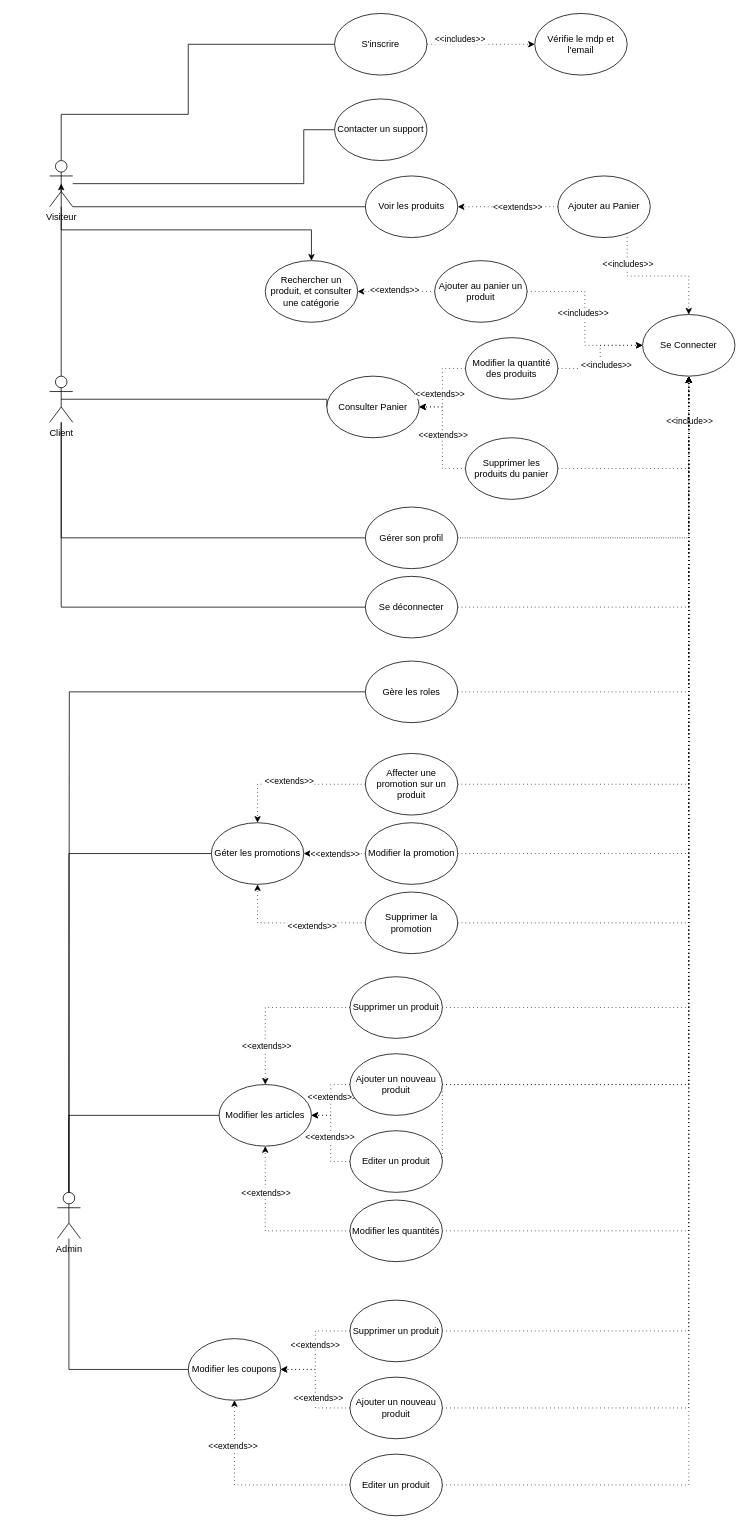
The draw.io diagram officiel/Usecasevitality2.drawio in BanggEddy/UML-MeriseVitality, before the edit. Source tidied: cells renumbered, new cells numbered last; positions are measured from the earlier drawing's top-left corner, leaving out a move shared by most shapes. Both pictures are drawn from the tidied source at 77%, with x=0, y=0 at pixel (49, 13).
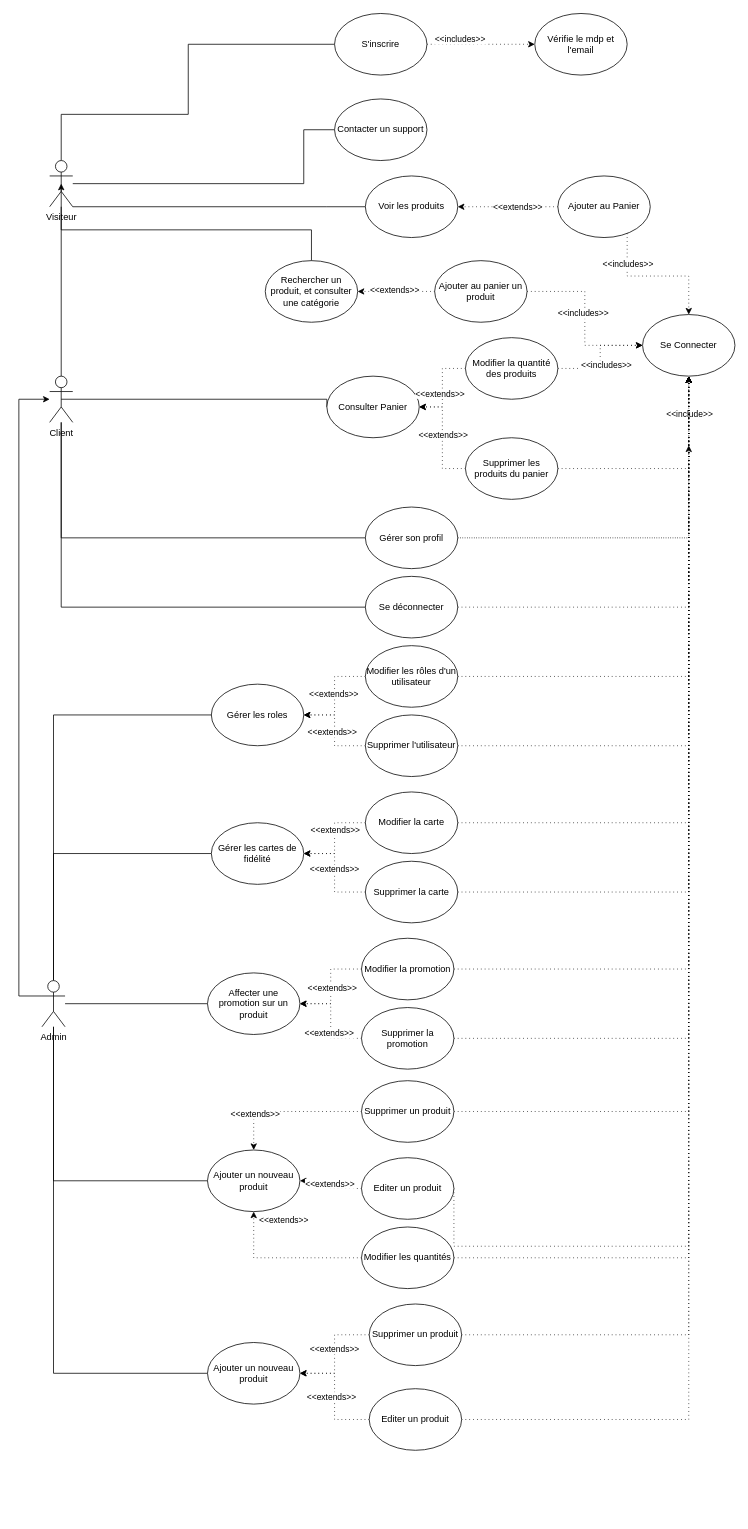
The same page after the edit.

The change refers to these unchanged cells:
```xml
<mxCell id="7" value="Visiteur&lt;div&gt;&lt;br&gt;&lt;/div&gt;" style="shape=umlActor;verticalLabelPosition=bottom;verticalAlign=top;html=1;outlineConnect=0;" parent="1" vertex="1">
  <mxGeometry y="191" width="30" height="60" as="geometry" />
</mxCell>
<mxCell id="10" value="Client&lt;div&gt;&lt;br&gt;&lt;/div&gt;" style="shape=umlActor;verticalLabelPosition=bottom;verticalAlign=top;html=1;outlineConnect=0;" parent="1" vertex="1">
  <mxGeometry y="471" width="30" height="60" as="geometry" />
</mxCell>
<mxCell id="21" value="Se Connecter" style="ellipse;whiteSpace=wrap;html=1;" parent="1" vertex="1">
  <mxGeometry x="770" y="391" width="120" height="80" as="geometry" />
</mxCell>
<mxCell id="61" style="edgeStyle=orthogonalEdgeStyle;rounded=0;jettySize=auto;html=1;dashed=1;dashPattern=1 4;" parent="1" edge="1" source="64" target="30">
  <mxGeometry relative="1" as="geometry" />
</mxCell>
<mxCell id="73" value="Rechercher un produit, et consulter une catégorie" style="ellipse;whiteSpace=wrap;html=1;" parent="1" vertex="1">
  <mxGeometry x="280" y="321" width="120" height="80" as="geometry" />
</mxCell>
```

The edit, as a diff of the source:
```diff
@@
-    <mxCell id="6" style="edgeStyle=orthogonalEdgeStyle;rounded=0;jettySize=auto;html=1;" parent="1" edge="1" source="7" target="73">
+    <mxCell id="6" style="edgeStyle=orthogonalEdgeStyle;rounded=0;jettySize=auto;html=1;endArrow=none;endFill=0;" parent="1" edge="1" source="7" target="73">
       <mxGeometry relative="1" as="geometry">
         <Array as="points">
           <mxPoint x="15" y="281" />
           <mxPoint x="340" y="281" />
         </Array>
       </mxGeometry>
     </mxCell>
@@
-    <mxCell id="15" value="&lt;div&gt;Admin&lt;/div&gt;" style="shape=umlActor;verticalLabelPosition=bottom;verticalAlign=top;html=1;outlineConnect=0;" parent="1" vertex="1">
-      <mxGeometry x="10" y="1531" width="30" height="60" as="geometry" />
-    </mxCell>
-    <mxCell id="16" style="edgeStyle=orthogonalEdgeStyle;rounded=0;jettySize=auto;html=1;dashed=1;dashPattern=1 4;exitX=1;exitY=0.5;exitDx=0;exitDy=0;" parent="1" edge="1" source="51" target="21">
+    <mxCell id="16" style="edgeStyle=orthogonalEdgeStyle;rounded=0;jettySize=auto;html=1;dashed=1;dashPattern=1 4;exitX=1;exitY=0.5;exitDx=0;exitDy=0;" parent="1" edge="1" source="51">
       <mxGeometry relative="1" as="geometry">
+        <mxPoint x="830" y="561" as="targetPoint" />
         <Array as="points">
-          <mxPoint x="830" y="1391" />
+          <mxPoint x="830" y="1601" />
         </Array>
       </mxGeometry>
     </mxCell>
     <mxCell id="17" value="&amp;lt;&amp;lt;include&amp;gt;&amp;gt;" style="edgeLabel;html=1;align=center;verticalAlign=middle;" parent="16" vertex="1">
       <mxGeometry x="-0.33" y="-1" relative="1" as="geometry">
-        <mxPoint x="-1" y="-833" as="offset" />
+        <mxPoint x="-1" y="-985" as="offset" />
       </mxGeometry>
     </mxCell>
-    <mxCell id="18" style="edgeStyle=orthogonalEdgeStyle;rounded=0;jettySize=auto;html=1;endArrow=classic;endFill=1;dashed=1;dashPattern=1 4;" parent="1" edge="1" source="20" target="48">
-      <mxGeometry relative="1" as="geometry" />
-    </mxCell>
-    <mxCell id="19" value="&amp;lt;&amp;lt;extends&amp;gt;&amp;gt;" style="edgeLabel;html=1;align=center;verticalAlign=middle;" parent="18" vertex="1">
-      <mxGeometry x="-0.09" y="1" relative="1" as="geometry" />
-    </mxCell>
-    <mxCell id="20" value="Ajouter un nouveau produit" style="ellipse;whiteSpace=wrap;html=1;" parent="1" vertex="1">
-      <mxGeometry x="390" y="1351" width="120" height="80" as="geometry" />
-    </mxCell>
@@
-    <mxCell id="30" value="Modifier les coupons" style="ellipse;whiteSpace=wrap;html=1;" parent="1" vertex="1">
-      <mxGeometry x="180" y="1721" width="120" height="80" as="geometry" />
+    <mxCell id="30" value="Ajouter un nouveau produit" style="ellipse;whiteSpace=wrap;html=1;" parent="1" vertex="1">
+      <mxGeometry x="205" y="1726" width="120" height="80" as="geometry" />
     </mxCell>
@@
-    <mxCell id="32" style="edgeStyle=orthogonalEdgeStyle;rounded=0;jettySize=auto;html=1;dashed=1;dashPattern=1 4;" parent="1" edge="1" source="33" target="21">
-      <mxGeometry relative="1" as="geometry" />
-    </mxCell>
-    <mxCell id="33" value="Gère les roles" style="ellipse;whiteSpace=wrap;html=1;" parent="1" vertex="1">
-      <mxGeometry x="410" y="841" width="120" height="80" as="geometry" />
+    <mxCell id="33" value="Gérer les roles" style="ellipse;whiteSpace=wrap;html=1;" parent="1" vertex="1">
+      <mxGeometry x="210" y="871" width="120" height="80" as="geometry" />
     </mxCell>
@@
-    <mxCell id="48" value="Modifier les articles" style="ellipse;whiteSpace=wrap;html=1;" parent="1" vertex="1">
-      <mxGeometry x="220" y="1391" width="120" height="80" as="geometry" />
+    <mxCell id="48" value="Ajouter un nouveau produit" style="ellipse;whiteSpace=wrap;html=1;" parent="1" vertex="1">
+      <mxGeometry x="205" y="1476" width="120" height="80" as="geometry" />
     </mxCell>
@@
     <mxCell id="51" value="Editer un produit" style="ellipse;whiteSpace=wrap;html=1;" parent="1" vertex="1">
-      <mxGeometry x="390" y="1451" width="120" height="80" as="geometry" />
+      <mxGeometry x="405" y="1486" width="120" height="80" as="geometry" />
     </mxCell>
-    <mxCell id="52" style="edgeStyle=orthogonalEdgeStyle;rounded=0;jettySize=auto;html=1;dashed=1;dashPattern=1 4;" parent="1" edge="1" source="20" target="21">
-      <mxGeometry relative="1" as="geometry" />
-    </mxCell>
@@
     <mxCell id="56" value="Supprimer un produit" style="ellipse;whiteSpace=wrap;html=1;" parent="1" vertex="1">
-      <mxGeometry x="390" y="1251" width="120" height="80" as="geometry" />
+      <mxGeometry x="405" y="1386" width="120" height="80" as="geometry" />
     </mxCell>
-    <mxCell id="57" style="edgeStyle=orthogonalEdgeStyle;rounded=0;jettySize=auto;html=1;dashed=1;dashPattern=1 4;" parent="1" edge="1" source="60" target="30">
-      <mxGeometry relative="1" as="geometry" />
-    </mxCell>
-    <mxCell id="58" value="&amp;lt;&amp;lt;extends&amp;gt;&amp;gt;" style="edgeLabel;html=1;align=center;verticalAlign=middle;" parent="57" vertex="1">
-      <mxGeometry x="-0.19" y="-3" relative="1" as="geometry">
-        <mxPoint y="-1" as="offset" />
-      </mxGeometry>
-    </mxCell>
-    <mxCell id="59" style="edgeStyle=orthogonalEdgeStyle;rounded=0;jettySize=auto;html=1;dashed=1;dashPattern=1 4;" parent="1" edge="1" source="60" target="21">
-      <mxGeometry relative="1" as="geometry" />
-    </mxCell>
-    <mxCell id="60" value="Ajouter un nouveau produit" style="ellipse;whiteSpace=wrap;html=1;" parent="1" vertex="1">
-      <mxGeometry x="390" y="1771" width="120" height="80" as="geometry" />
-    </mxCell>
@@
     <mxCell id="62" value="&amp;lt;&amp;lt;extends&amp;gt;&amp;gt;" style="edgeLabel;html=1;align=center;verticalAlign=middle;" parent="61" vertex="1">
       <mxGeometry x="0.54" y="3" relative="1" as="geometry">
-        <mxPoint y="-1" as="offset" />
+        <mxPoint x="6" y="27" as="offset" />
       </mxGeometry>
     </mxCell>
@@
     <mxCell id="64" value="Editer un produit" style="ellipse;whiteSpace=wrap;html=1;" parent="1" vertex="1">
-      <mxGeometry x="390" y="1871" width="120" height="80" as="geometry" />
+      <mxGeometry x="415" y="1786" width="120" height="80" as="geometry" />
     </mxCell>
@@
     <mxCell id="68" value="Supprimer un produit" style="ellipse;whiteSpace=wrap;html=1;" parent="1" vertex="1">
-      <mxGeometry x="390" y="1671" width="120" height="80" as="geometry" />
+      <mxGeometry x="415" y="1676" width="120" height="80" as="geometry" />
     </mxCell>
@@
     <mxCell id="72" value="Modifier les quantités" style="ellipse;whiteSpace=wrap;html=1;" parent="1" vertex="1">
-      <mxGeometry x="390" y="1541" width="120" height="80" as="geometry" />
+      <mxGeometry x="405" y="1576" width="120" height="80" as="geometry" />
     </mxCell>
@@
-    <mxCell id="75" value="Géter les promotions" style="ellipse;whiteSpace=wrap;html=1;" parent="1" vertex="1">
-      <mxGeometry x="210" y="1051" width="120" height="80" as="geometry" />
+    <mxCell id="75" value="Affecter une promotion sur un produit" style="ellipse;whiteSpace=wrap;html=1;" parent="1" vertex="1">
+      <mxGeometry x="205" y="1246" width="120" height="80" as="geometry" />
     </mxCell>
@@
-    <mxCell id="77" style="edgeStyle=orthogonalEdgeStyle;rounded=0;jettySize=auto;html=1;dashed=1;dashPattern=1 4;" parent="1" edge="1" source="80" target="75">
-      <mxGeometry relative="1" as="geometry" />
-    </mxCell>
-    <mxCell id="78" value="&amp;lt;&amp;lt;extends&amp;gt;&amp;gt;" style="edgeLabel;html=1;align=center;verticalAlign=middle;" parent="77" vertex="1">
-      <mxGeometry x="0.06" y="-5" relative="1" as="geometry">
-        <mxPoint x="1" as="offset" />
-      </mxGeometry>
-    </mxCell>
-    <mxCell id="79" style="edgeStyle=orthogonalEdgeStyle;rounded=0;jettySize=auto;html=1;dashed=1;dashPattern=1 4;" parent="1" edge="1" source="80" target="21">
-      <mxGeometry relative="1" as="geometry" />
-    </mxCell>
-    <mxCell id="80" value="Affecter une promotion sur un produit" style="ellipse;whiteSpace=wrap;html=1;" parent="1" vertex="1">
-      <mxGeometry x="410" y="961" width="120" height="80" as="geometry" />
-    </mxCell>
@@
     <mxCell id="84" value="Modifier la promotion" style="ellipse;whiteSpace=wrap;html=1;" parent="1" vertex="1">
-      <mxGeometry x="410" y="1051" width="120" height="80" as="geometry" />
+      <mxGeometry x="405" y="1201" width="120" height="80" as="geometry" />
     </mxCell>
@@
     <mxCell id="88" value="Supprimer la promotion" style="ellipse;whiteSpace=wrap;html=1;" parent="1" vertex="1">
-      <mxGeometry x="410" y="1141" width="120" height="80" as="geometry" />
+      <mxGeometry x="405" y="1291" width="120" height="80" as="geometry" />
     </mxCell>
@@
-    <mxCell id="94" style="edgeStyle=orthogonalEdgeStyle;rounded=0;jettySize=auto;html=1;endArrow=none;endFill=0;" parent="1" edge="1" source="33">
-      <mxGeometry relative="1" as="geometry">
-        <mxPoint x="25" y="1531" as="targetPoint" />
-      </mxGeometry>
-    </mxCell>
+    <mxCell id="95" style="edgeStyle=orthogonalEdgeStyle;rounded=0;jettySize=auto;html=1;dashed=1;dashPattern=1 4;" parent="1" edge="1" source="98" target="33">
+      <mxGeometry relative="1" as="geometry" />
+    </mxCell>
+    <mxCell id="96" value="&amp;lt;&amp;lt;extends&amp;gt;&amp;gt;" style="edgeLabel;html=1;align=center;verticalAlign=middle;" parent="95" vertex="1">
+      <mxGeometry x="-0.05" y="-2" relative="1" as="geometry" />
+    </mxCell>
+    <mxCell id="97" style="edgeStyle=orthogonalEdgeStyle;rounded=0;jettySize=auto;html=1;dashed=1;dashPattern=1 4;" parent="1" edge="1" source="98" target="21">
+      <mxGeometry relative="1" as="geometry" />
+    </mxCell>
+    <mxCell id="98" value="Modifier les rôles d'un utilisateur" style="ellipse;whiteSpace=wrap;html=1;" parent="1" vertex="1">
+      <mxGeometry x="410" y="821" width="120" height="80" as="geometry" />
+    </mxCell>
+    <mxCell id="99" style="edgeStyle=orthogonalEdgeStyle;rounded=0;jettySize=auto;html=1;dashed=1;dashPattern=1 4;" parent="1" edge="1" source="102" target="33">
+      <mxGeometry relative="1" as="geometry" />
+    </mxCell>
+    <mxCell id="100" value="&amp;lt;&amp;lt;extends&amp;gt;&amp;gt;" style="edgeLabel;html=1;align=center;verticalAlign=middle;" parent="99" vertex="1">
+      <mxGeometry x="-0.04" y="4" relative="1" as="geometry" />
+    </mxCell>
+    <mxCell id="101" style="edgeStyle=orthogonalEdgeStyle;rounded=0;jettySize=auto;html=1;dashed=1;dashPattern=1 4;" parent="1" edge="1" source="102" target="21">
+      <mxGeometry relative="1" as="geometry" />
+    </mxCell>
+    <mxCell id="102" value="Supprimer l'utilisateur" style="ellipse;whiteSpace=wrap;html=1;" parent="1" vertex="1">
+      <mxGeometry x="410" y="911" width="120" height="80" as="geometry" />
+    </mxCell>
+    <mxCell id="103" style="edgeStyle=orthogonalEdgeStyle;rounded=0;jettySize=auto;html=1;endArrow=none;endFill=0;" parent="1" edge="1" source="104" target="15">
+      <mxGeometry relative="1" as="geometry" />
+    </mxCell>
+    <mxCell id="104" value="Gérer les cartes de fidélité" style="ellipse;whiteSpace=wrap;html=1;" parent="1" vertex="1">
+      <mxGeometry x="210" y="1051" width="120" height="80" as="geometry" />
+    </mxCell>
+    <mxCell id="105" style="edgeStyle=orthogonalEdgeStyle;rounded=0;jettySize=auto;html=1;dashed=1;dashPattern=1 4;" parent="1" edge="1" source="108" target="104">
+      <mxGeometry relative="1" as="geometry" />
+    </mxCell>
+    <mxCell id="106" value="&amp;lt;&amp;lt;extends&amp;gt;&amp;gt;" style="edgeLabel;html=1;align=center;verticalAlign=middle;" parent="105" vertex="1">
+      <mxGeometry x="-0.18" relative="1" as="geometry" />
+    </mxCell>
+    <mxCell id="107" style="edgeStyle=orthogonalEdgeStyle;rounded=0;jettySize=auto;html=1;dashed=1;dashPattern=1 4;" parent="1" edge="1" source="108" target="21">
+      <mxGeometry relative="1" as="geometry" />
+    </mxCell>
+    <mxCell id="108" value="Modifier la carte" style="ellipse;whiteSpace=wrap;html=1;" parent="1" vertex="1">
+      <mxGeometry x="410" y="1011" width="120" height="80" as="geometry" />
+    </mxCell>
+    <mxCell id="109" style="edgeStyle=orthogonalEdgeStyle;rounded=0;jettySize=auto;html=1;dashed=1;dashPattern=1 4;" parent="1" edge="1" source="112" target="104">
+      <mxGeometry relative="1" as="geometry" />
+    </mxCell>
+    <mxCell id="110" value="&amp;lt;&amp;lt;extends&amp;gt;&amp;gt;" style="edgeLabel;html=1;align=center;verticalAlign=middle;" parent="109" vertex="1">
+      <mxGeometry x="0.08" y="1" relative="1" as="geometry" />
+    </mxCell>
+    <mxCell id="111" style="edgeStyle=orthogonalEdgeStyle;rounded=0;jettySize=auto;html=1;dashed=1;dashPattern=1 4;" parent="1" edge="1" source="112" target="21">
+      <mxGeometry relative="1" as="geometry" />
+    </mxCell>
+    <mxCell id="112" value="Supprimer la carte" style="ellipse;whiteSpace=wrap;html=1;" parent="1" vertex="1">
+      <mxGeometry x="410" y="1101" width="120" height="80" as="geometry" />
+    </mxCell>
+    <mxCell id="113" style="edgeStyle=orthogonalEdgeStyle;rounded=0;jettySize=auto;html=1;endArrow=none;endFill=0;" parent="1" edge="1" source="33" target="15">
+      <mxGeometry relative="1" as="geometry" />
+    </mxCell>
+    <mxCell id="114" style="edgeStyle=orthogonalEdgeStyle;rounded=0;jettySize=auto;html=1;exitX=0;exitY=0.3333333333333333;exitDx=0;exitDy=0;exitPerimeter=0;" parent="1" edge="1" source="15" target="10">
+      <mxGeometry relative="1" as="geometry">
+        <Array as="points">
+          <mxPoint x="-40" y="1276" />
+          <mxPoint x="-40" y="501" />
+        </Array>
+      </mxGeometry>
+    </mxCell>
+    <mxCell id="15" value="&lt;div&gt;Admin&lt;/div&gt;" style="shape=umlActor;verticalLabelPosition=bottom;verticalAlign=top;html=1;outlineConnect=0;" parent="1" vertex="1">
+      <mxGeometry x="-10" y="1256" width="30" height="60" as="geometry" />
+    </mxCell>
```
